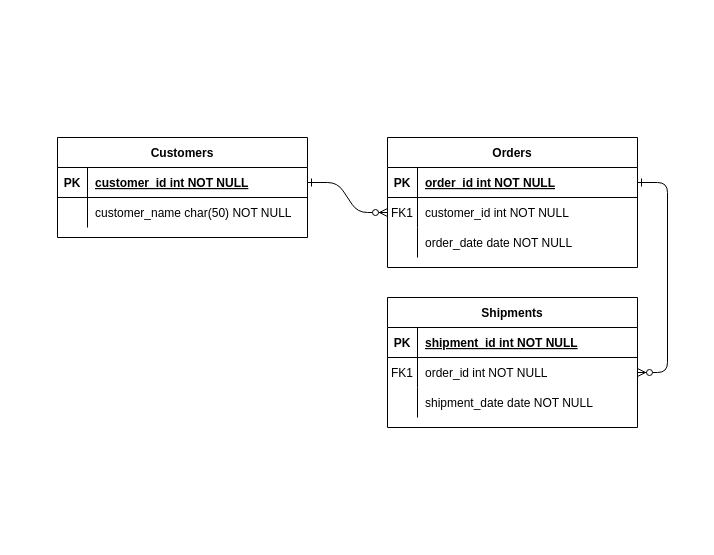
Earlier version of the draw.io diagram Diagramma senza titolo.drawio (stefanopaesano/db-university). Source tidied: cells renumbered, new cells numbered last; positions are measured from the earlier drawing's top-left corner, leaving out a move shared by most shapes. Both pictures are drawn from the tidied source at 100%, with x=0, y=0 at pixel (57, 137).
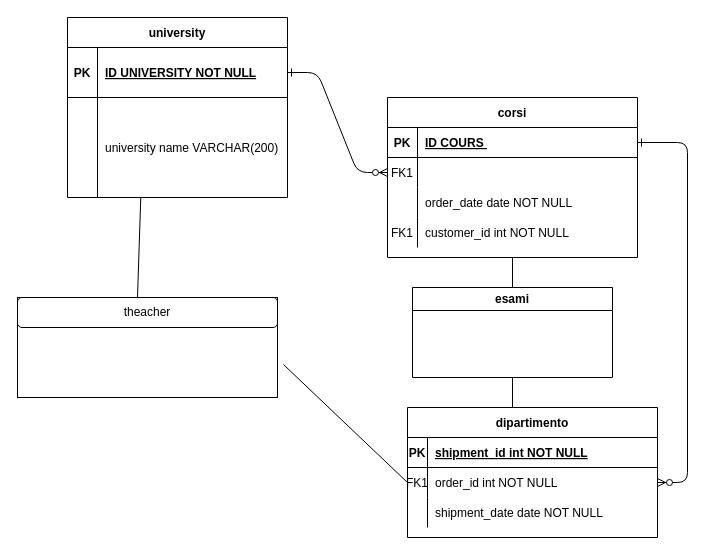
The same diagram, later.

Commit message:
Aggiorna Diagramma DB

Unchanged cells that the change refers to:
```xml
<mxCell id="5" style="shape=partialRectangle;fillColor=none;points=[[0,0.5],[1,0.5]];portConstraint=eastwest;top=0;left=0;right=0;bottom=1;" parent="4" vertex="1">
  <mxGeometry y="30" width="250" height="30" as="geometry" />
</mxCell>
<mxCell id="8" style="shape=partialRectangle;fillColor=none;points=[[0,0.5],[1,0.5]];portConstraint=eastwest;top=0;left=0;right=0;bottom=0;" parent="4" vertex="1">
  <mxGeometry y="60" width="250" height="30" as="geometry" />
</mxCell>
<mxCell id="15" style="shape=partialRectangle;fillColor=none;top=0;left=0;right=0;bottom=1;" parent="14" vertex="1">
  <mxGeometry y="30" width="250" height="30" as="geometry" />
</mxCell>
<mxCell id="18" style="shape=partialRectangle;fillColor=none;points=[[0,0.5],[1,0.5]];portConstraint=eastwest;top=0;left=0;right=0;bottom=0;" parent="14" vertex="1">
  <mxGeometry y="60" width="250" height="30" as="geometry" />
</mxCell>
<mxCell id="21" style="shape=partialRectangle;fillColor=none;top=0;left=0;right=0;bottom=0;" parent="14" vertex="1">
  <mxGeometry y="90" width="250" height="30" as="geometry" />
</mxCell>
```

What changed in the source:
```diff
@@
-    <mxCell id="4" value="Orders" style="shape=table;startSize=30;childLayout=tableLayout;rowLines=0;fontStyle=1;align=center;" parent="1" vertex="1">
-      <mxGeometry x="330" width="250" height="130" as="geometry" />
+    <mxCell id="4" value="corsi" style="shape=table;startSize=30;childLayout=tableLayout;rowLines=0;fontStyle=1;align=center;" parent="1" vertex="1">
+      <mxGeometry x="330" y="-40" width="250" height="160" as="geometry" />
     </mxCell>
@@
-    <mxCell id="7" value="order_id int NOT NULL " style="shape=partialRectangle;overflow=hidden;fillColor=none;top=0;left=0;bottom=0;right=0;align=left;spacingLeft=6;fontStyle=5;" parent="5" vertex="1">
+    <mxCell id="7" value="ID COURS " style="shape=partialRectangle;overflow=hidden;fillColor=none;top=0;left=0;bottom=0;right=0;align=left;spacingLeft=6;fontStyle=5;" parent="5" vertex="1">
       <mxGeometry x="30" width="220" height="30" as="geometry" />
     </mxCell>
@@
-    <mxCell id="10" value="customer_id int NOT NULL" style="shape=partialRectangle;overflow=hidden;fillColor=none;top=0;left=0;bottom=0;right=0;align=left;spacingLeft=6;" parent="8" vertex="1">
+    <mxCell id="10" style="shape=partialRectangle;overflow=hidden;fillColor=none;top=0;left=0;bottom=0;right=0;align=left;spacingLeft=6;" parent="8" vertex="1">
       <mxGeometry x="30" width="220" height="30" as="geometry" />
     </mxCell>
@@
+    <mxCell id="31" style="shape=partialRectangle;fillColor=none;top=0;left=0;right=0;bottom=0;" parent="4" vertex="1">
+      <mxGeometry y="120" width="250" height="30" as="geometry" />
+    </mxCell>
+    <mxCell id="32" value="FK1" style="shape=partialRectangle;overflow=hidden;fillColor=none;top=0;left=0;bottom=0;right=0;" parent="31" vertex="1">
+      <mxGeometry width="30" height="30" as="geometry" />
+    </mxCell>
+    <mxCell id="33" value="customer_id int NOT NULL" style="shape=partialRectangle;overflow=hidden;fillColor=none;top=0;left=0;bottom=0;right=0;align=left;spacingLeft=6;" parent="31" vertex="1">
+      <mxGeometry x="30" width="220" height="30" as="geometry" />
+    </mxCell>
-    <mxCell id="14" value="Shipments" style="shape=table;startSize=30;childLayout=tableLayout;rowLines=0;fontStyle=1;align=center;" parent="1" vertex="1">
-      <mxGeometry x="330" y="160" width="250" height="130" as="geometry" />
+    <mxCell id="14" value="dipartimento" style="shape=table;startSize=30;childLayout=tableLayout;rowLines=0;fontStyle=1;align=center;" parent="1" vertex="1">
+      <mxGeometry x="350" y="270" width="250" height="130" as="geometry" />
     </mxCell>
@@
     <mxCell id="16" value="PK" style="shape=partialRectangle;overflow=hidden;fillColor=none;top=0;left=0;bottom=0;right=0;fontStyle=1;" parent="15" vertex="1">
-      <mxGeometry width="30" height="30" as="geometry" />
+      <mxGeometry width="20" height="30" as="geometry" />
     </mxCell>
     <mxCell id="17" value="shipment_id int NOT NULL " style="shape=partialRectangle;overflow=hidden;fillColor=none;top=0;left=0;bottom=0;right=0;align=left;spacingLeft=6;fontStyle=5;" parent="15" vertex="1">
-      <mxGeometry x="30" width="220" height="30" as="geometry" />
+      <mxGeometry x="20" width="230" height="30" as="geometry" />
     </mxCell>
@@
     <mxCell id="19" value="FK1" style="shape=partialRectangle;overflow=hidden;fillColor=none;top=0;left=0;bottom=0;right=0;" parent="18" vertex="1">
-      <mxGeometry width="30" height="30" as="geometry" />
+      <mxGeometry width="20" height="30" as="geometry" />
     </mxCell>
     <mxCell id="20" value="order_id int NOT NULL" style="shape=partialRectangle;overflow=hidden;fillColor=none;top=0;left=0;bottom=0;right=0;align=left;spacingLeft=6;" parent="18" vertex="1">
-      <mxGeometry x="30" width="220" height="30" as="geometry" />
+      <mxGeometry x="20" width="230" height="30" as="geometry" />
     </mxCell>
@@
     <mxCell id="22" style="shape=partialRectangle;overflow=hidden;fillColor=none;top=0;left=0;bottom=0;right=0;" parent="21" vertex="1">
-      <mxGeometry width="30" height="30" as="geometry" />
+      <mxGeometry width="20" height="30" as="geometry" />
     </mxCell>
     <mxCell id="23" value="shipment_date date NOT NULL" style="shape=partialRectangle;overflow=hidden;fillColor=none;top=0;left=0;bottom=0;right=0;align=left;spacingLeft=6;" parent="21" vertex="1">
-      <mxGeometry x="30" width="220" height="30" as="geometry" />
+      <mxGeometry x="20" width="230" height="30" as="geometry" />
     </mxCell>
+    <mxCell id="34" style="rounded=0;whiteSpace=wrap;html=1;" parent="1" vertex="1">
+      <mxGeometry x="-40" y="160" width="260" height="100" as="geometry" />
+    </mxCell>
+    <mxCell id="35" value="theacher" style="rounded=1;whiteSpace=wrap;html=1;" parent="1" vertex="1">
+      <mxGeometry x="-40" y="160" width="260" height="30" as="geometry" />
+    </mxCell>
+    <mxCell id="36" style="endArrow=none;html=1;rounded=0;entryX=0;entryY=0.5;entryDx=0;entryDy=0;exitX=1.023;exitY=0.67;exitDx=0;exitDy=0;exitPerimeter=0;" parent="1" edge="1" source="34" target="18">
+      <mxGeometry relative="1" as="geometry" />
+    </mxCell>
+    <mxCell id="37" value="esami" style="swimlane;whiteSpace=wrap;html=1;" parent="1" vertex="1">
+      <mxGeometry x="355" y="150" width="200" height="90" as="geometry" />
+    </mxCell>
+    <mxCell id="38" style="endArrow=none;html=1;rounded=0;" parent="37" edge="1">
+      <mxGeometry relative="1" as="geometry">
+        <mxPoint x="100" y="120" as="sourcePoint" />
+        <mxPoint x="100" y="90" as="targetPoint" />
+      </mxGeometry>
+    </mxCell>
+    <mxCell id="39" style="endArrow=none;html=1;rounded=0;exitX=0.5;exitY=0;exitDx=0;exitDy=0;entryX=0.5;entryY=1;entryDx=0;entryDy=0;" parent="1" edge="1" source="37" target="4">
+      <mxGeometry relative="1" as="geometry" />
+    </mxCell>
-    <mxCell id="24" value="Customers" style="shape=table;startSize=30;childLayout=tableLayout;rowLines=0;fontStyle=1;align=center;" parent="1" vertex="1">
-      <mxGeometry width="250" height="100" as="geometry" />
+    <mxCell id="24" value="university" style="shape=table;startSize=30;childLayout=tableLayout;rowLines=0;fontStyle=1;align=center;" parent="1" vertex="1">
+      <mxGeometry x="10" y="-120" width="220" height="180" as="geometry" />
     </mxCell>
     <mxCell id="25" style="shape=partialRectangle;fillColor=none;points=[[0,0.5],[1,0.5]];portConstraint=eastwest;top=0;left=0;right=0;bottom=1;" parent="24" vertex="1">
-      <mxGeometry y="30" width="250" height="30" as="geometry" />
+      <mxGeometry y="30" width="220" height="50" as="geometry" />
     </mxCell>
     <mxCell id="26" value="PK" style="shape=partialRectangle;overflow=hidden;fillColor=none;top=0;left=0;bottom=0;right=0;fontStyle=1;" parent="25" vertex="1">
-      <mxGeometry width="30" height="30" as="geometry" />
+      <mxGeometry width="30" height="50" as="geometry" />
     </mxCell>
-    <mxCell id="27" value="customer_id int NOT NULL " style="shape=partialRectangle;overflow=hidden;fillColor=none;top=0;left=0;bottom=0;right=0;align=left;spacingLeft=6;fontStyle=5;" parent="25" vertex="1">
-      <mxGeometry x="30" width="220" height="30" as="geometry" />
+    <mxCell id="27" value="ID UNIVERSITY NOT NULL" style="shape=partialRectangle;overflow=hidden;fillColor=none;top=0;left=0;bottom=0;right=0;align=left;spacingLeft=6;fontStyle=5;" parent="25" vertex="1">
+      <mxGeometry x="30" width="190" height="50" as="geometry" />
     </mxCell>
     <mxCell id="28" style="shape=partialRectangle;fillColor=none;points=[[0,0.5],[1,0.5]];portConstraint=eastwest;top=0;left=0;right=0;bottom=0;" parent="24" vertex="1">
-      <mxGeometry y="60" width="250" height="30" as="geometry" />
+      <mxGeometry y="80" width="220" height="100" as="geometry" />
     </mxCell>
     <mxCell id="29" style="shape=partialRectangle;overflow=hidden;fillColor=none;top=0;left=0;bottom=0;right=0;" parent="28" vertex="1">
-      <mxGeometry width="30" height="30" as="geometry" />
+      <mxGeometry width="30" height="100" as="geometry" />
     </mxCell>
-    <mxCell id="30" value="customer_name char(50) NOT NULL" style="shape=partialRectangle;overflow=hidden;fillColor=none;top=0;left=0;bottom=0;right=0;align=left;spacingLeft=6;" parent="28" vertex="1">
-      <mxGeometry x="30" width="220" height="30" as="geometry" />
+    <mxCell id="30" value="university name VARCHAR(200)" style="shape=partialRectangle;overflow=hidden;fillColor=none;top=0;left=0;bottom=0;right=0;align=left;spacingLeft=6;" parent="28" vertex="1">
+      <mxGeometry x="30" width="190" height="100" as="geometry" />
     </mxCell>
+    <mxCell id="40" style="endArrow=none;html=1;rounded=0;entryX=0.333;entryY=1.003;entryDx=0;entryDy=0;entryPerimeter=0;" parent="1" edge="1" target="28">
+      <mxGeometry relative="1" as="geometry">
+        <mxPoint x="80" y="160" as="sourcePoint" />
+      </mxGeometry>
+    </mxCell>
```
